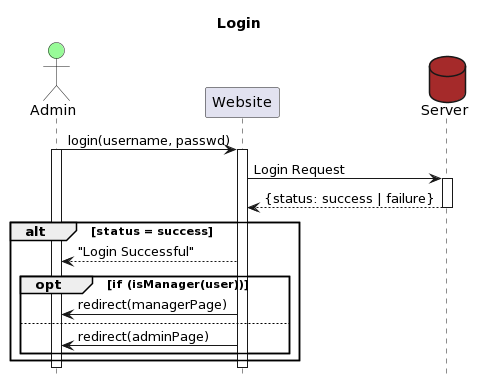
Before: documentation/renders/sequenceDiagramLogin.png, a diagram exported from PlantUML (felixalbrigtsen/asura-tmdb). Its diagram source:
```plantuml
@startuml
title Login
Actor Admin #palegreen
participant Website
database Server #brown
hide footbox

    Admin->Website: login(username, passwd)
activate Admin
activate Website
    Website->Server: Login Request
activate Server
    Server-->Website: {status: success | failure}
deactivate Server
alt status = success
    Website-->Admin: "Login Successful"
opt if (isManager(user))
    Website->Admin: redirect(managerPage)
    else
        Website->Admin: redirect(adminPage)
end

end
deactivate Website
deactivate Admin
@enduml
```
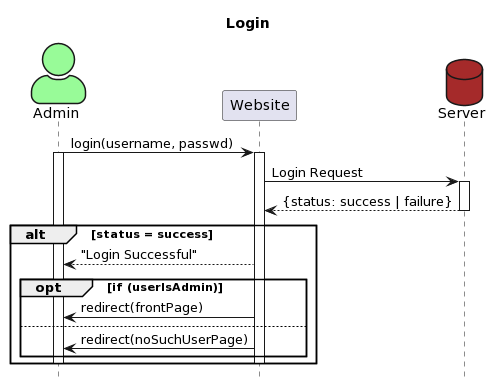
After the change.

What changed in the source:
```diff
@@ -1,5 +1,7 @@
 @startuml
 title Login
+skinparam actorStyle awesome
+
 Actor Admin #palegreen
 participant Website
 database Server #brown
@@ -14,13 +16,12 @@
 deactivate Server
 alt status = success
     Website-->Admin: "Login Successful"
-opt if (isManager(user))
-    Website->Admin: redirect(managerPage)
+opt if (userIsAdmin)
+    Website->Admin: redirect(frontPage)
     else
-        Website->Admin: redirect(adminPage)
-end
-
-end
+        Website->Admin: redirect(noSuchUserPage)
+    end
 deactivate Website
 deactivate Admin
+end
 @enduml
```
